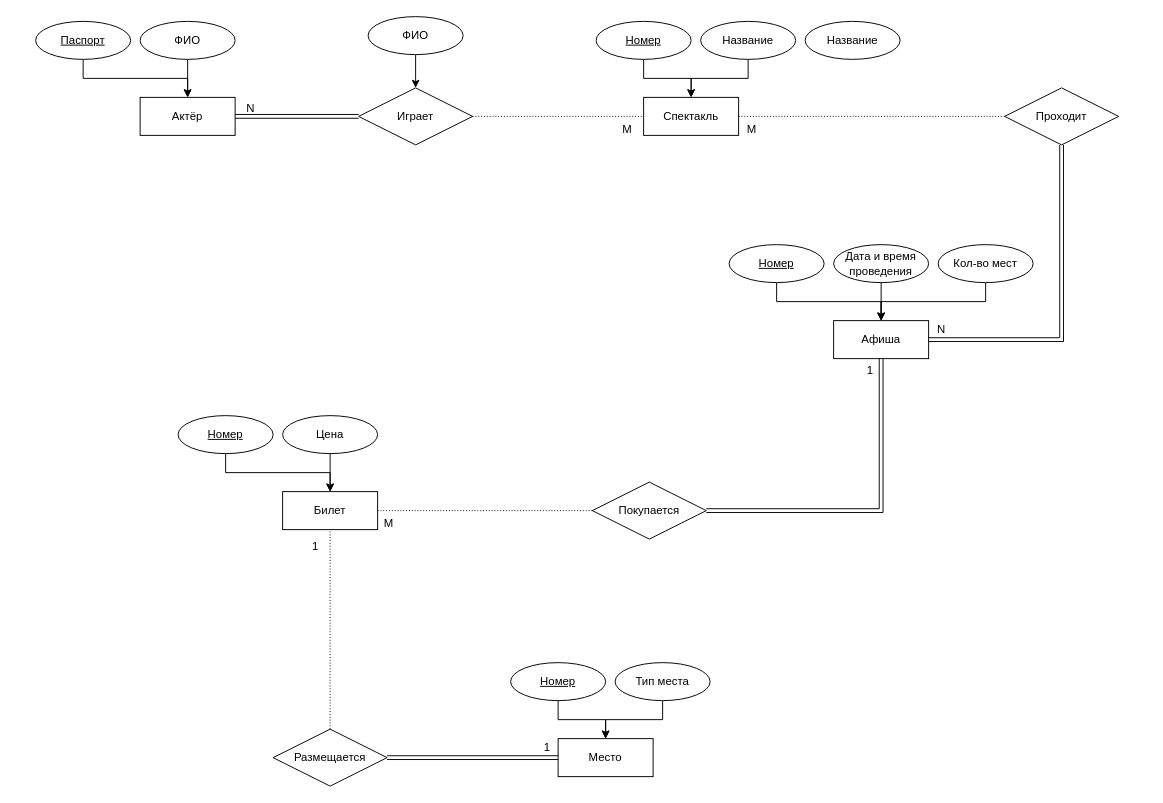
Before: Laba1/ER_diagram.drawio in den-a-s/data_based, a draw.io diagram. Source tidied: cells renumbered, new cells numbered last; positions are measured from the earlier drawing's top-left corner, leaving out a move shared by most shapes. Both pictures are drawn from the tidied source at 95%, with x=0, y=0 at pixel (16, 16).
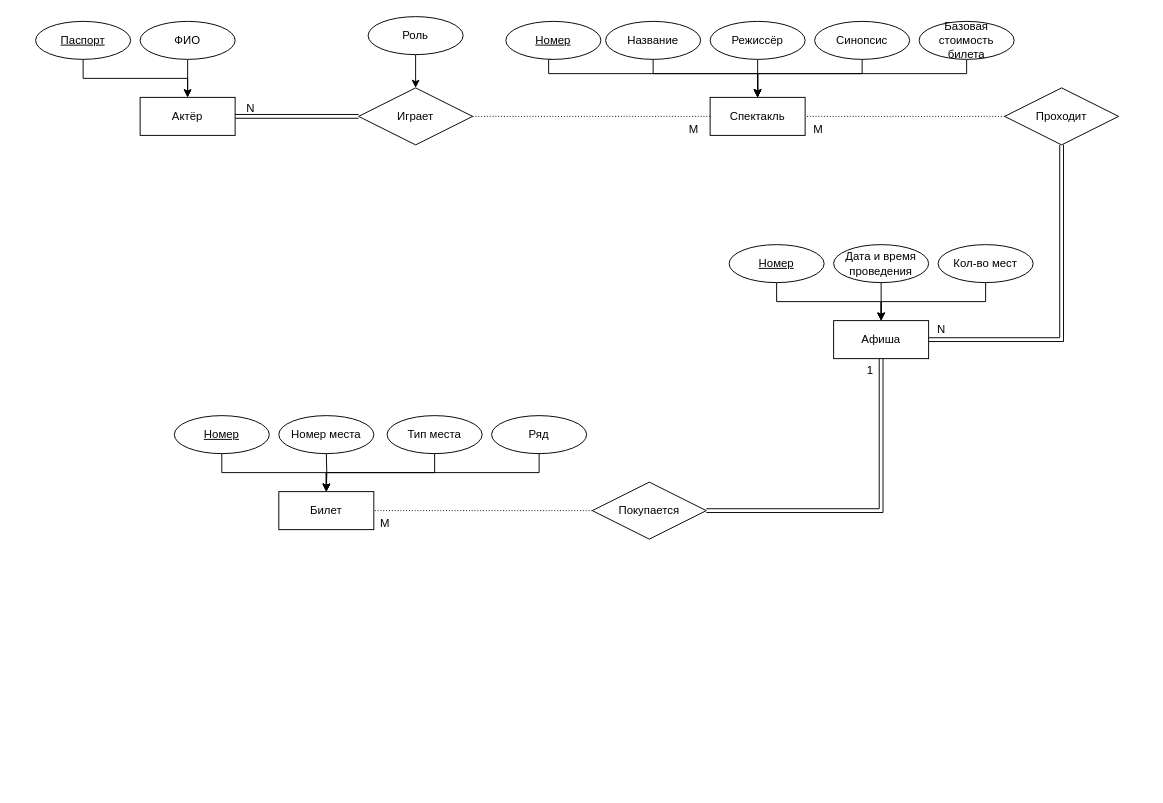
The same page after the edit.

Commit message:
правки: базовая стоимость, роль, место перенесено в билет.drawio

Unchanged cells that the change refers to:
```xml
<mxCell id="3" value="Спектакль" style="whiteSpace=wrap;html=1;align=center;" parent="2" vertex="1">
  <mxGeometry x="190" y="80" width="100" height="40" as="geometry" />
</mxCell>
<mxCell id="10" value="Билет" style="whiteSpace=wrap;html=1;align=center;" parent="9" vertex="1">
  <mxGeometry x="110" y="80" width="100" height="40" as="geometry" />
</mxCell>
```

Change to the diagram source:
```diff
@@
     <mxCell id="2" style="group;" parent="1" vertex="1">
-      <mxGeometry x="470" y="5" width="460" height="120" as="geometry" />
+      <mxGeometry x="540" y="5" width="460" height="120" as="geometry" />
     </mxCell>
@@
-    <mxCell id="4" style="edgeStyle=orthogonalEdgeStyle;rounded=0;jettySize=auto;html=1;entryX=0.5;entryY=0;entryDx=0;entryDy=0;" parent="2" edge="1" source="5" target="3">
+    <mxCell id="4" style="edgeStyle=orthogonalEdgeStyle;rounded=0;jettySize=auto;html=1;entryX=0.5;entryY=0;entryDx=0;entryDy=0;exitX=0.5;exitY=1;exitDx=0;exitDy=0;" parent="2" edge="1" source="5" target="3">
       <mxGeometry relative="1" as="geometry">
         <Array as="points">
-          <mxPoint x="190" y="60" />
-          <mxPoint x="240" y="60" />
+          <mxPoint x="20" y="40" />
+          <mxPoint x="20" y="55" />
+          <mxPoint x="240" y="55" />
         </Array>
       </mxGeometry>
     </mxCell>
     <mxCell id="5" value="&lt;u&gt;Номер&lt;/u&gt;" style="ellipse;whiteSpace=wrap;html=1;align=center;" parent="2" vertex="1">
-      <mxGeometry x="140" width="100" height="40" as="geometry" />
+      <mxGeometry x="-25" width="100" height="40" as="geometry" />
     </mxCell>
     <mxCell id="6" style="edgeStyle=orthogonalEdgeStyle;rounded=0;jettySize=auto;html=1;" parent="2" edge="1" source="7" target="3">
-      <mxGeometry relative="1" as="geometry" />
+      <mxGeometry relative="1" as="geometry">
+        <Array as="points">
+          <mxPoint x="130" y="55" />
+          <mxPoint x="240" y="55" />
+        </Array>
+      </mxGeometry>
     </mxCell>
     <mxCell id="7" value="Название" style="ellipse;whiteSpace=wrap;html=1;align=center;" parent="2" vertex="1">
-      <mxGeometry x="250" width="100" height="40" as="geometry" />
+      <mxGeometry x="80" width="100" height="40" as="geometry" />
     </mxCell>
+    <mxCell id="57" style="edgeStyle=orthogonalEdgeStyle;rounded=0;jettySize=auto;html=1;entryX=0.5;entryY=0;entryDx=0;entryDy=0;exitX=0.5;exitY=1;exitDx=0;exitDy=0;" parent="2" edge="1" source="8" target="3">
+      <mxGeometry relative="1" as="geometry">
+        <Array as="points">
+          <mxPoint x="240" y="55" />
+          <mxPoint x="240" y="55" />
+        </Array>
+      </mxGeometry>
+    </mxCell>
-    <mxCell id="8" value="Название" style="ellipse;whiteSpace=wrap;html=1;align=center;" parent="2" vertex="1">
-      <mxGeometry x="360" width="100" height="40" as="geometry" />
+    <mxCell id="8" value="Режиссёр" style="ellipse;whiteSpace=wrap;html=1;align=center;" parent="2" vertex="1">
+      <mxGeometry x="190" width="100" height="40" as="geometry" />
     </mxCell>
+    <mxCell id="58" style="edgeStyle=orthogonalEdgeStyle;rounded=0;jettySize=auto;html=1;exitX=0.5;exitY=1;exitDx=0;exitDy=0;entryX=0.5;entryY=0;entryDx=0;entryDy=0;" parent="2" edge="1" source="59" target="3">
+      <mxGeometry relative="1" as="geometry">
+        <Array as="points">
+          <mxPoint x="350" y="55" />
+          <mxPoint x="240" y="55" />
+        </Array>
+      </mxGeometry>
+    </mxCell>
+    <mxCell id="59" value="Синопсис" style="ellipse;whiteSpace=wrap;html=1;align=center;" parent="2" vertex="1">
+      <mxGeometry x="300" width="100" height="40" as="geometry" />
+    </mxCell>
     <mxCell id="9" style="group;" parent="1" vertex="1">
-      <mxGeometry x="170" y="420" width="440" height="120" as="geometry" />
+      <mxGeometry x="166" y="420" width="440" height="120" as="geometry" />
     </mxCell>
@@
-    <mxCell id="13" style="edgeStyle=orthogonalEdgeStyle;rounded=0;jettySize=auto;html=1;" parent="9" edge="1" source="14" target="10">
-      <mxGeometry relative="1" as="geometry" />
+    <mxCell id="13" style="edgeStyle=orthogonalEdgeStyle;rounded=0;jettySize=auto;html=1;" parent="9" edge="1" target="10">
+      <mxGeometry relative="1" as="geometry">
+        <mxPoint x="160" y="40" as="sourcePoint" />
+      </mxGeometry>
     </mxCell>
-    <mxCell id="14" value="Цена" style="ellipse;whiteSpace=wrap;html=1;align=center;" parent="9" vertex="1">
-      <mxGeometry x="110" width="100" height="40" as="geometry" />
-    </mxCell>
+    <mxCell id="42" value="Номер места" style="ellipse;whiteSpace=wrap;html=1;align=center;" parent="9" vertex="1">
+      <mxGeometry x="110" width="100" height="40" as="geometry" />
+    </mxCell>
+    <mxCell id="39" style="group;" parent="9" vertex="1">
+      <mxGeometry x="-20" width="454" height="120" as="geometry" />
+    </mxCell>
+    <mxCell id="44" value="Тип места" style="ellipse;whiteSpace=wrap;html=1;align=center;" parent="39" vertex="1">
+      <mxGeometry x="244" width="100" height="40" as="geometry" />
+    </mxCell>
+    <mxCell id="60" value="Ряд" style="ellipse;whiteSpace=wrap;html=1;align=center;" parent="39" vertex="1">
+      <mxGeometry x="354" width="100" height="40" as="geometry" />
+    </mxCell>
+    <mxCell id="43" style="edgeStyle=orthogonalEdgeStyle;rounded=0;jettySize=auto;html=1;entryX=0.5;entryY=0;entryDx=0;entryDy=0;" parent="9" edge="1" source="44" target="10">
+      <mxGeometry relative="1" as="geometry">
+        <Array as="points">
+          <mxPoint x="274" y="60" />
+          <mxPoint x="160" y="60" />
+        </Array>
+      </mxGeometry>
+    </mxCell>
+    <mxCell id="61" style="edgeStyle=orthogonalEdgeStyle;rounded=0;jettySize=auto;html=1;entryX=0.5;entryY=0;entryDx=0;entryDy=0;" parent="9" edge="1" source="60" target="10">
+      <mxGeometry relative="1" as="geometry">
+        <Array as="points">
+          <mxPoint x="384" y="60" />
+          <mxPoint x="160" y="60" />
+        </Array>
+      </mxGeometry>
+    </mxCell>
@@
-    <mxCell id="39" style="group;" parent="1" vertex="1">
-      <mxGeometry x="360" y="680" width="440" height="120" as="geometry" />
-    </mxCell>
-    <mxCell id="40" value="Место" style="whiteSpace=wrap;html=1;align=center;" parent="39" vertex="1">
-      <mxGeometry x="210" y="80" width="100" height="40" as="geometry" />
-    </mxCell>
-    <mxCell id="41" style="edgeStyle=orthogonalEdgeStyle;rounded=0;jettySize=auto;html=1;entryX=0.5;entryY=0;entryDx=0;entryDy=0;exitX=0.5;exitY=1;exitDx=0;exitDy=0;" parent="39" edge="1" source="42" target="40">
-      <mxGeometry relative="1" as="geometry">
-        <Array as="points">
-          <mxPoint x="210" y="60" />
-          <mxPoint x="260" y="60" />
-        </Array>
-      </mxGeometry>
-    </mxCell>
-    <mxCell id="42" value="&lt;u&gt;Номер&lt;/u&gt;" style="ellipse;whiteSpace=wrap;html=1;align=center;" parent="39" vertex="1">
-      <mxGeometry x="160" width="100" height="40" as="geometry" />
-    </mxCell>
-    <mxCell id="43" style="edgeStyle=orthogonalEdgeStyle;rounded=0;jettySize=auto;html=1;entryX=0.5;entryY=0;entryDx=0;entryDy=0;" parent="39" edge="1" source="44" target="40">
-      <mxGeometry relative="1" as="geometry">
-        <Array as="points">
-          <mxPoint x="320" y="60" />
-          <mxPoint x="260" y="60" />
-        </Array>
-      </mxGeometry>
-    </mxCell>
-    <mxCell id="44" value="Тип места" style="ellipse;whiteSpace=wrap;html=1;align=center;" parent="39" vertex="1">
-      <mxGeometry x="270" width="100" height="40" as="geometry" />
-    </mxCell>
-    <mxCell id="45" value="Размещается" style="shape=rhombus;perimeter=rhombusPerimeter;whiteSpace=wrap;html=1;align=center;" parent="1" vertex="1">
-      <mxGeometry x="270" y="750" width="120" height="60" as="geometry" />
-    </mxCell>
-    <mxCell id="46" style="endArrow=none;html=1;rounded=0;dashed=1;dashPattern=1 2;exitX=0.5;exitY=0;exitDx=0;exitDy=0;entryX=0.5;entryY=1;entryDx=0;entryDy=0;" parent="1" edge="1" source="45" target="10">
-      <mxGeometry relative="1" as="geometry" />
-    </mxCell>
-    <mxCell id="47" value="1" style="html=1;whiteSpace=wrap;align=right;verticalAlign=bottom;" parent="46" vertex="1">
-      <mxGeometry x="1" relative="1" as="geometry">
-        <mxPoint x="-11" y="26" as="offset" />
-      </mxGeometry>
-    </mxCell>
-    <mxCell id="48" style="shape=link;html=1;rounded=0;entryX=0;entryY=0.5;entryDx=0;entryDy=0;exitX=1;exitY=0.5;exitDx=0;exitDy=0;" parent="1" edge="1" source="45" target="40">
-      <mxGeometry relative="1" as="geometry" />
-    </mxCell>
-    <mxCell id="49" value="1" style="html=1;whiteSpace=wrap;align=right;verticalAlign=bottom;" parent="48" vertex="1">
-      <mxGeometry x="1" relative="1" as="geometry">
-        <mxPoint x="-7" y="-2" as="offset" />
-      </mxGeometry>
-    </mxCell>
@@
-    <mxCell id="56" value="ФИО" style="ellipse;whiteSpace=wrap;html=1;align=center;" parent="1" vertex="1">
+    <mxCell id="56" value="Роль" style="ellipse;whiteSpace=wrap;html=1;align=center;" parent="1" vertex="1">
       <mxGeometry x="370" width="100" height="40" as="geometry" />
     </mxCell>
+    <mxCell id="62" style="edgeStyle=orthogonalEdgeStyle;rounded=0;jettySize=auto;html=1;exitX=0.5;exitY=1;exitDx=0;exitDy=0;entryX=0.5;entryY=0;entryDx=0;entryDy=0;" parent="1" edge="1" source="63" target="3">
+      <mxGeometry relative="1" as="geometry">
+        <Array as="points">
+          <mxPoint x="1000" y="60" />
+          <mxPoint x="780" y="60" />
+        </Array>
+      </mxGeometry>
+    </mxCell>
+    <mxCell id="63" value="Базовая стоимость билета" style="ellipse;whiteSpace=wrap;html=1;align=center;" parent="1" vertex="1">
+      <mxGeometry x="950" y="5" width="100" height="40" as="geometry" />
+    </mxCell>
```
